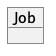
Earlier version of the PlantUML export doc/img/job_object.png (cybergarage/go-job). Source of this version:
```plantuml
@startuml

object Job{

}
@enduml
```
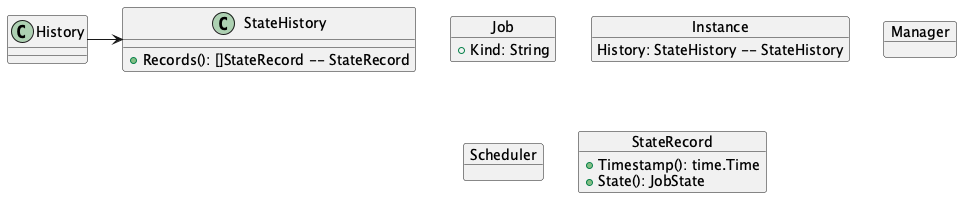
The same file after the commit.

Diff of the diagram source:
```diff
@@ -1,6 +1,28 @@
 @startuml
 
-object Job{
+object Job {
+  +Kind: String
+}
 
+object Instance {
+  History: StateHistory -- StateHistory
 }
+
+History -> StateHistory
+
+object Manager {
+}
+
+object Scheduler {
+}
+
+object StateHistory {
+  +Records(): []StateRecord -- StateRecord
+}
+
+object StateRecord {
+  +Timestamp(): time.Time
+  +State(): JobState
+}
+
 @enduml
```
